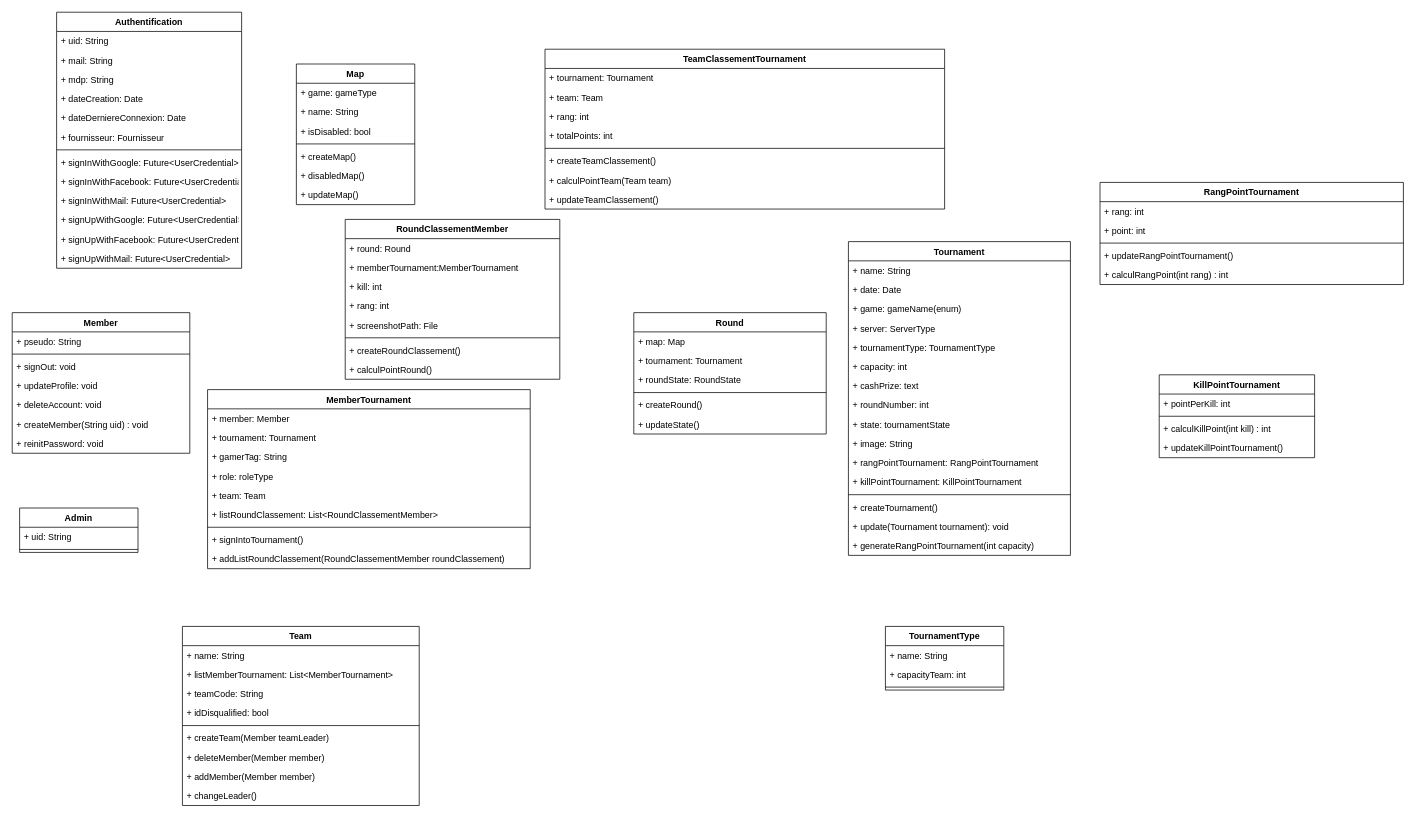
Earlier version of the draw.io diagram ospawn_cup.drawio (AlexandreMaillot/O-Spawn-Cup). Source tidied: cells renumbered, new cells numbered last; positions are measured from the earlier drawing's top-left corner, leaving out a move shared by most shapes. Both pictures are drawn from the tidied source at 74%, with x=0, y=0 at pixel (12, 12).
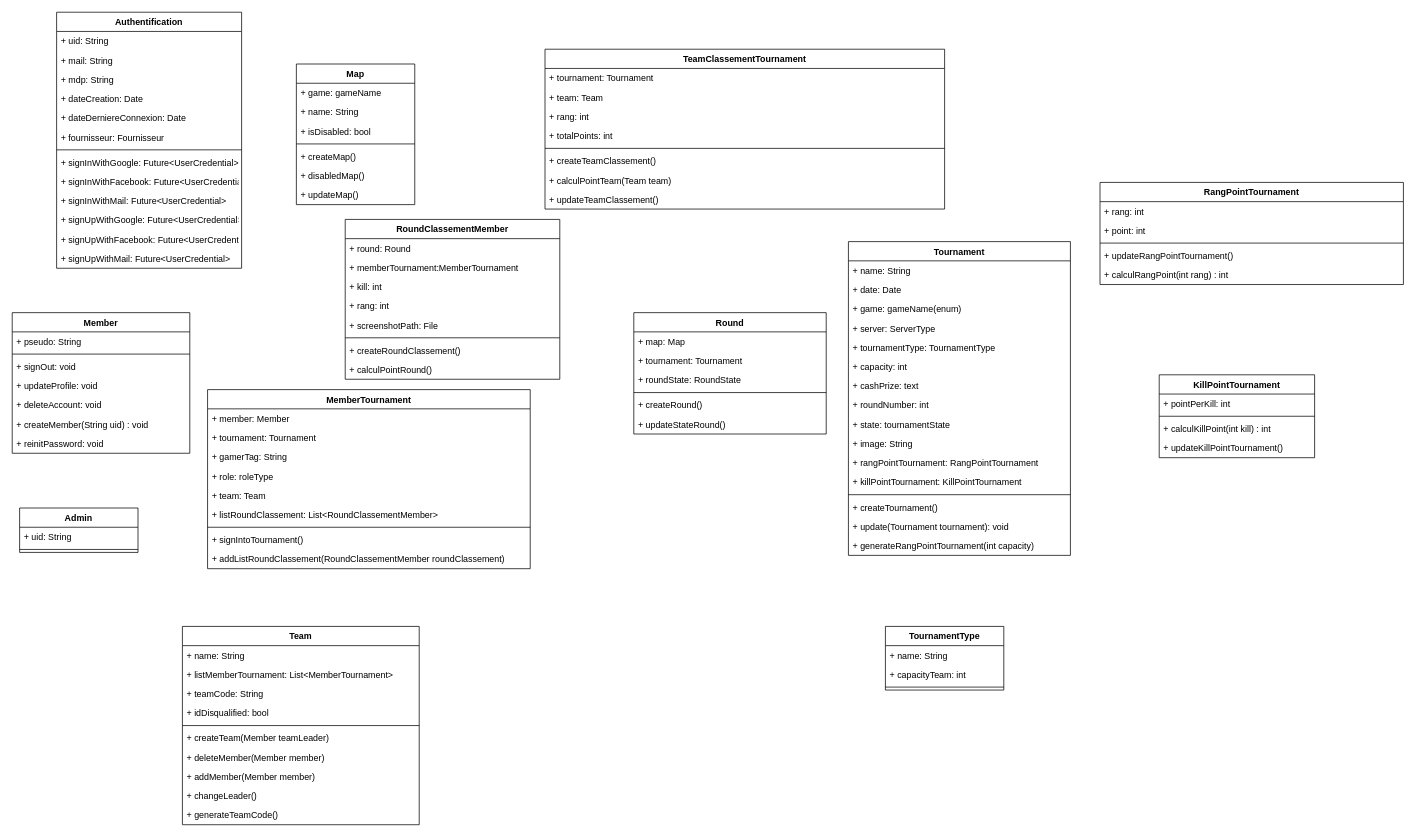
After the change.

The change refers to these unchanged cells:
```xml
<mxCell id="44" value="Round" style="swimlane;fontStyle=1;align=center;verticalAlign=top;horizontal=1;startSize=26;" parent="1" vertex="1">
  <mxGeometry x="840" y="406" width="260" height="164" as="geometry" />
</mxCell>
<mxCell id="51" value="Map" style="swimlane;fontStyle=1;align=center;verticalAlign=top;horizontal=1;startSize=26;" parent="1" vertex="1">
  <mxGeometry x="384" y="70" width="160" height="190" as="geometry" />
</mxCell>
```

Diff of the diagram source:
```diff
@@
-    <mxCell id="50" value="+ updateState()" style="text;strokeColor=none;fillColor=none;align=left;verticalAlign=top;spacingLeft=4;spacingRight=4;overflow=hidden;" parent="44" vertex="1">
+    <mxCell id="50" value="+ updateStateRound()" style="text;strokeColor=none;fillColor=none;align=left;verticalAlign=top;spacingLeft=4;spacingRight=4;overflow=hidden;" parent="44" vertex="1">
       <mxGeometry y="138" width="260" height="26" as="geometry" />
     </mxCell>
@@
-    <mxCell id="52" value="+ game: gameType" style="text;strokeColor=none;fillColor=none;align=left;verticalAlign=top;spacingLeft=4;spacingRight=4;overflow=hidden;" parent="51" vertex="1">
+    <mxCell id="52" value="+ game: gameName" style="text;strokeColor=none;fillColor=none;align=left;verticalAlign=top;spacingLeft=4;spacingRight=4;overflow=hidden;" parent="51" vertex="1">
       <mxGeometry y="26" width="160" height="26" as="geometry" />
     </mxCell>
@@
     <mxCell id="59" value="Team" style="swimlane;fontStyle=1;align=center;verticalAlign=top;horizontal=1;startSize=26;" parent="1" vertex="1">
-      <mxGeometry x="230" y="830" width="320" height="242" as="geometry" />
+      <mxGeometry x="230" y="830" width="320" height="268" as="geometry" />
     </mxCell>
@@
+    <mxCell id="112" value="+ generateTeamCode()" style="text;strokeColor=none;fillColor=none;align=left;verticalAlign=top;spacingLeft=4;spacingRight=4;overflow=hidden;" parent="59" vertex="1">
+      <mxGeometry y="242" width="320" height="26" as="geometry" />
+    </mxCell>
```
